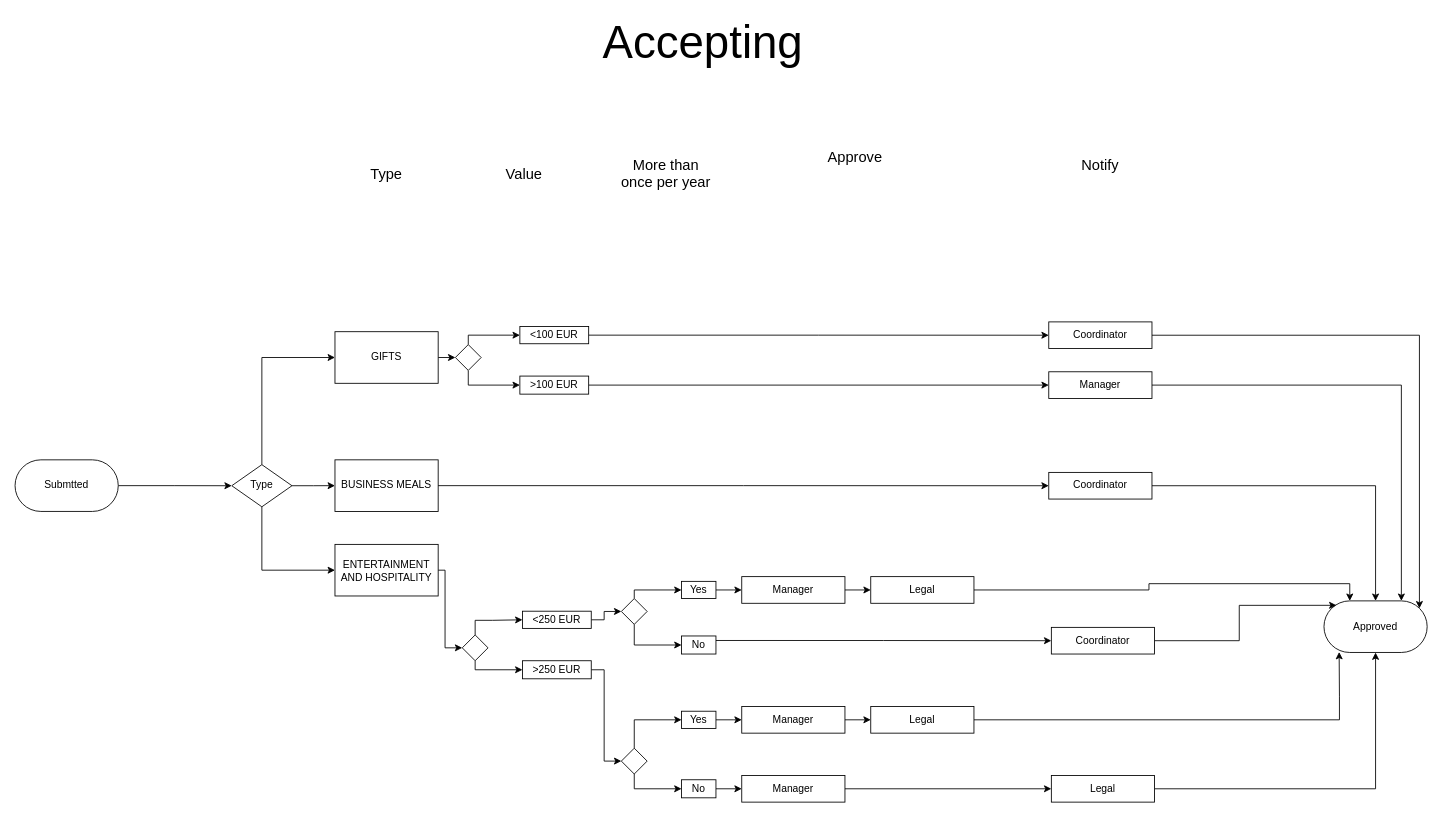
The draw.io diagram Diagrams/Accepting.drawio in unteez/HKN-GEH, before the edit. Source tidied: cells renumbered, new cells numbered last; positions are measured from the earlier drawing's top-left corner, leaving out a move shared by most shapes. Both pictures are drawn from the tidied source at 86%, with x=0, y=0 at pixel (15, 34).
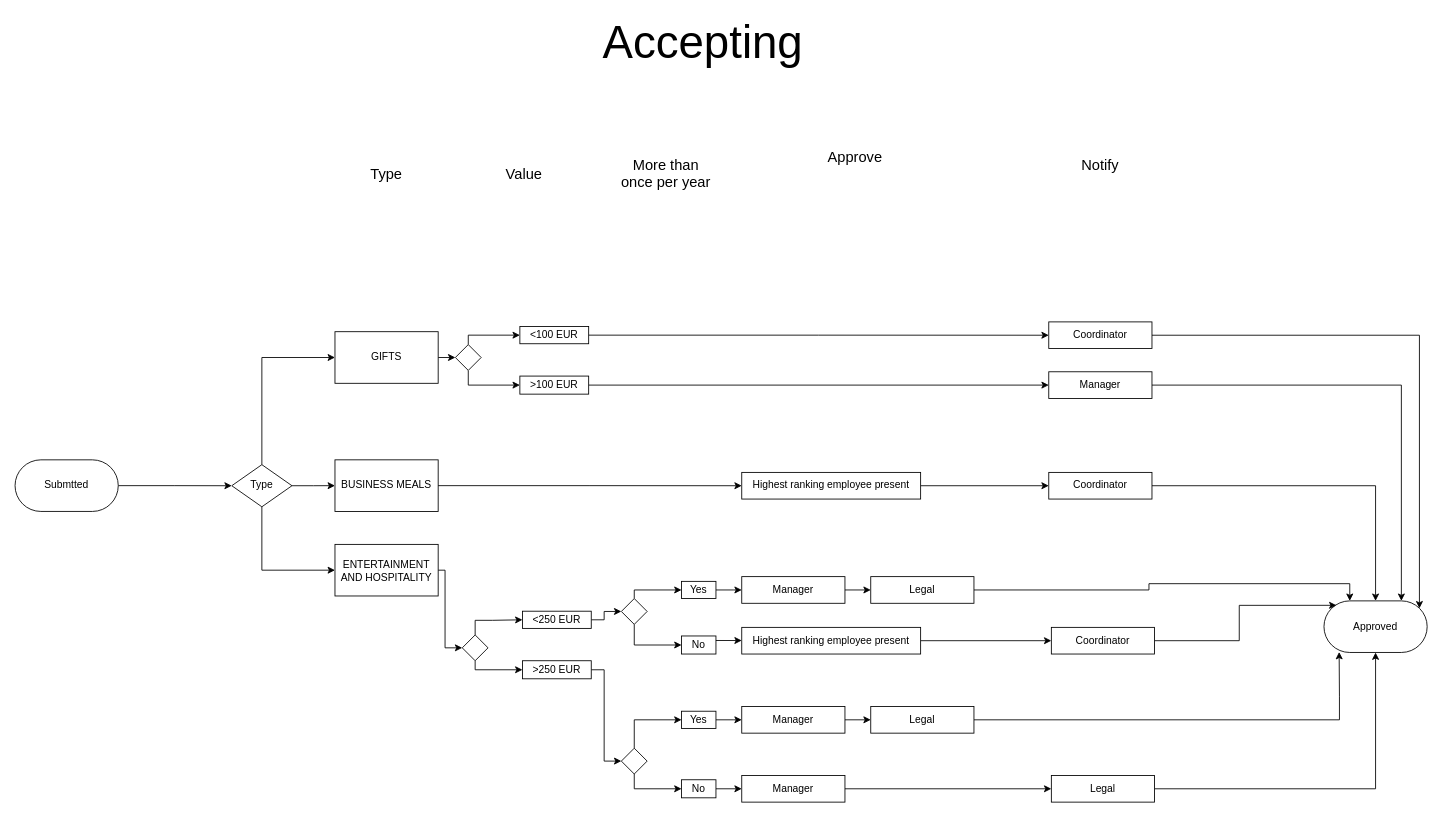
After the change.

Unchanged cells that the change refers to:
```xml
<mxCell id="11" value="BUSINESS MEALS" style="rounded=0;whiteSpace=wrap;html=1;" parent="1" vertex="1">
  <mxGeometry x="372" y="495.2" width="120" height="60" as="geometry" />
</mxCell>
<mxCell id="57" value="No" style="rounded=0;whiteSpace=wrap;html=1;fontSize=12;" parent="1" vertex="1">
  <mxGeometry x="775" y="700" width="40" height="21" as="geometry" />
</mxCell>
<mxCell id="65" value="Coordinator" style="rounded=0;whiteSpace=wrap;html=1;fontSize=12;" parent="1" vertex="1">
  <mxGeometry x="1205" y="690" width="120" height="31" as="geometry" />
</mxCell>
<mxCell id="66" value="Coordinator" style="rounded=0;whiteSpace=wrap;html=1;fontSize=12;" parent="1" vertex="1">
  <mxGeometry x="1202" y="509.8" width="120" height="31" as="geometry" />
</mxCell>
```

Diff of the diagram source:
```diff
@@
-    <mxCell id="56" style="edgeStyle=orthogonalEdgeStyle;rounded=0;jettySize=auto;html=1;exitX=1;exitY=0.25;exitDx=0;exitDy=0;fontSize=17;entryX=0;entryY=0.5;entryDx=0;entryDy=0;" parent="1" edge="1" source="57" target="65">
+    <mxCell id="56" style="edgeStyle=orthogonalEdgeStyle;rounded=0;jettySize=auto;html=1;exitX=1;exitY=0.5;exitDx=0;exitDy=0;fontSize=17;entryX=0;entryY=0.5;entryDx=0;entryDy=0;startArrow=none;" parent="1" edge="1" source="71" target="65">
       <mxGeometry relative="1" as="geometry" />
     </mxCell>
@@
-    <mxCell id="67" style="edgeStyle=orthogonalEdgeStyle;rounded=0;jettySize=auto;html=1;exitX=1;exitY=0.5;exitDx=0;exitDy=0;fontSize=12;entryX=0;entryY=0.5;entryDx=0;entryDy=0;endArrow=classic;endFill=1;" parent="1" edge="1" source="11" target="66">
+    <mxCell id="67" style="edgeStyle=orthogonalEdgeStyle;rounded=0;jettySize=auto;html=1;exitX=1;exitY=0.5;exitDx=0;exitDy=0;fontSize=12;entryX=0;entryY=0.5;entryDx=0;entryDy=0;endArrow=classic;endFill=1;" parent="1" edge="1" source="11" target="70">
       <mxGeometry relative="1" as="geometry" />
     </mxCell>
@@
+    <mxCell id="69" style="edgeStyle=orthogonalEdgeStyle;rounded=0;jettySize=auto;html=1;exitX=1;exitY=0.5;exitDx=0;exitDy=0;entryX=0;entryY=0.5;entryDx=0;entryDy=0;fontSize=53;fontColor=#000000;endArrow=classic;endFill=1;" parent="1" edge="1" source="70" target="66">
+      <mxGeometry relative="1" as="geometry" />
+    </mxCell>
+    <mxCell id="70" value="Highest ranking employee present" style="rounded=0;whiteSpace=wrap;html=1;fontSize=12;" parent="1" vertex="1">
+      <mxGeometry x="845" y="509.8" width="208" height="31" as="geometry" />
+    </mxCell>
+    <mxCell id="71" value="Highest ranking employee present" style="rounded=0;whiteSpace=wrap;html=1;fontSize=12;" parent="1" vertex="1">
+      <mxGeometry x="845" y="690" width="208" height="31" as="geometry" />
+    </mxCell>
+    <mxCell id="72" style="edgeStyle=orthogonalEdgeStyle;rounded=0;jettySize=auto;html=1;exitX=1;exitY=0.25;exitDx=0;exitDy=0;fontSize=17;entryX=0;entryY=0.5;entryDx=0;entryDy=0;endArrow=classic;endFill=1;" parent="1" edge="1" source="57" target="71">
+      <mxGeometry relative="1" as="geometry" />
+    </mxCell>
```
